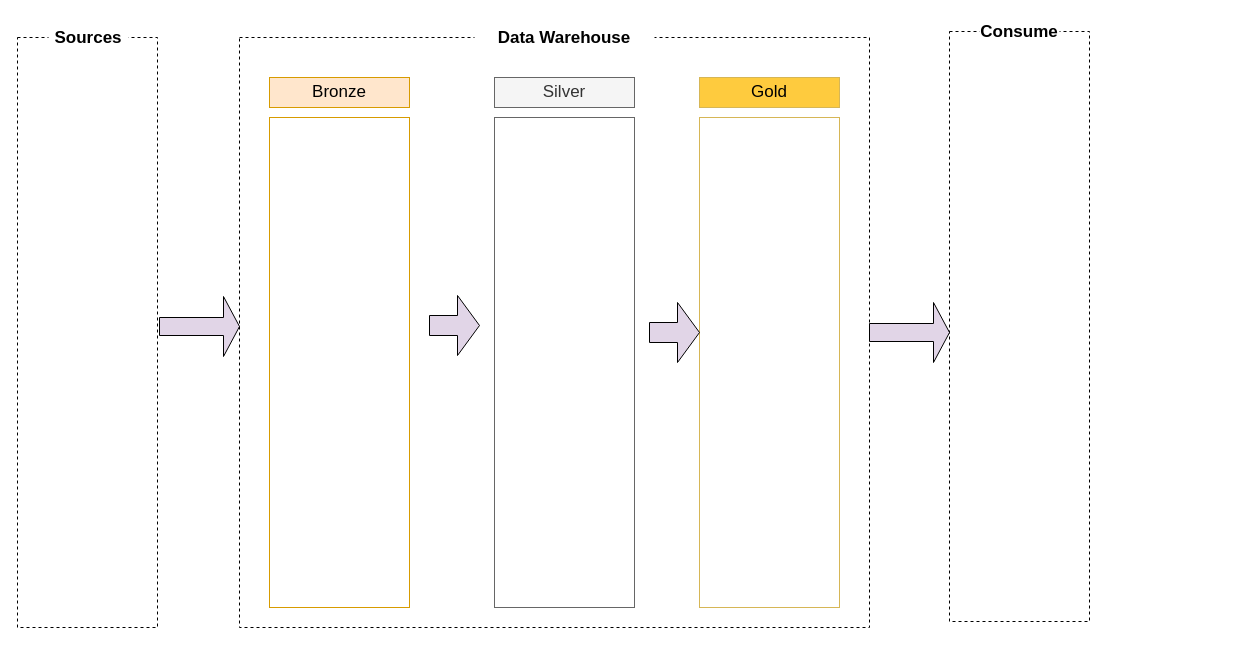
This is Diagram/Untitled Diagram.drawio from seyedmojtabahosseini/Data_Folder, a draw.io file, before an edit. Source tidied: cells renumbered, new cells numbered last; positions are measured from the earlier drawing's top-left corner, leaving out a move shared by most shapes. Both pictures are drawn from the tidied source at 100%, with x=0, y=0 at pixel (17, 17).
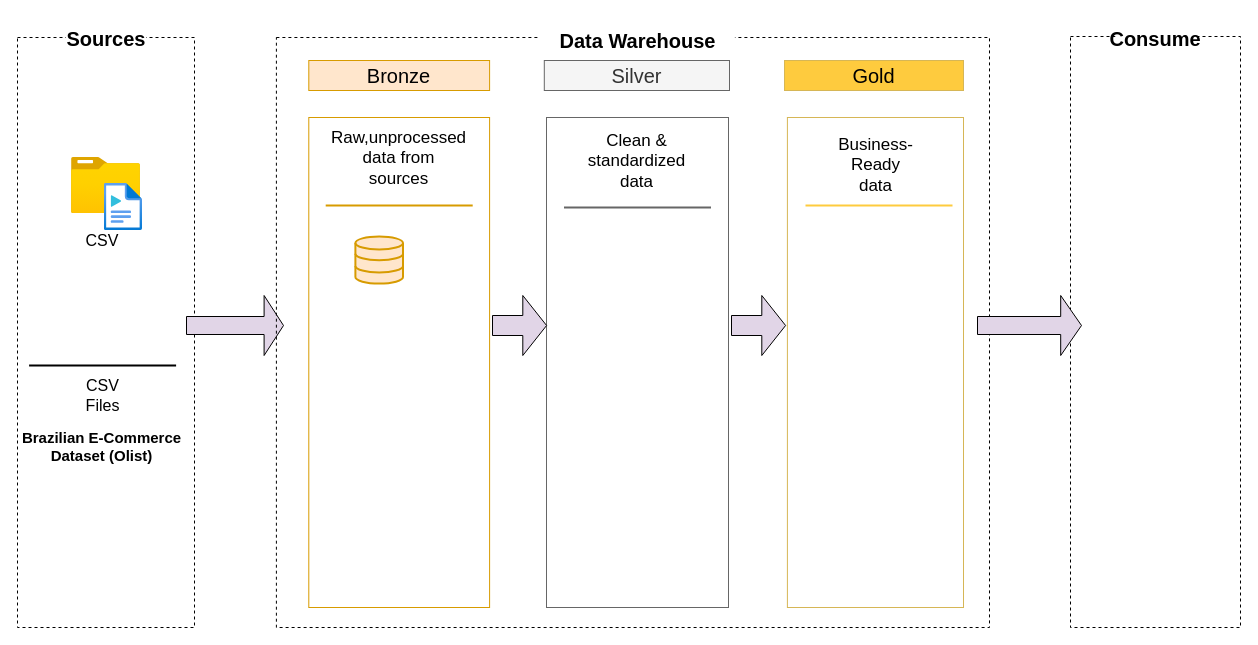
The same page after the edit.

Change to the diagram source:
```diff
@@
     <mxCell id="2" style="rounded=0;whiteSpace=wrap;html=1;dashed=1;fillColor=none;" parent="1" vertex="1">
-      <mxGeometry y="20" width="140" height="590" as="geometry" />
+      <mxGeometry y="20" width="177" height="590" as="geometry" />
     </mxCell>
-    <mxCell id="3" value="Sources" style="rounded=0;whiteSpace=wrap;html=1;fillColor=default;strokeColor=none;fontSize=17;fontStyle=1;" parent="1" vertex="1">
-      <mxGeometry x="31" y="6" width="80" height="30" as="geometry" />
+    <mxCell id="3" value="Sources" style="rounded=0;whiteSpace=wrap;html=1;fillColor=default;strokeColor=none;fontSize=20;fontStyle=1;" parent="1" vertex="1">
+      <mxGeometry x="48.5" y="6" width="80" height="30" as="geometry" />
     </mxCell>
     <mxCell id="4" style="rounded=0;whiteSpace=wrap;html=1;dashed=1;fillColor=none;" parent="1" vertex="1">
-      <mxGeometry x="932" y="14" width="140" height="590" as="geometry" />
+      <mxGeometry x="1053" y="19" width="170" height="591" as="geometry" />
     </mxCell>
-    <mxCell id="5" value="Consume" style="rounded=0;whiteSpace=wrap;html=1;fillColor=default;strokeColor=none;fontSize=17;fontStyle=1;" parent="1" vertex="1">
-      <mxGeometry x="962" width="80" height="30" as="geometry" />
+    <mxCell id="5" value="Consume" style="rounded=0;whiteSpace=wrap;html=1;fillColor=default;strokeColor=none;fontSize=20;fontStyle=1;" parent="1" vertex="1">
+      <mxGeometry x="1098" y="6" width="80" height="30" as="geometry" />
     </mxCell>
     <mxCell id="6" style="shape=singleArrow;whiteSpace=wrap;html=1;fillColor=#e1d5e7;strokeColor=default;" parent="1" vertex="1">
-      <mxGeometry x="142" y="279" width="80" height="60" as="geometry" />
+      <mxGeometry x="169" y="278" width="97" height="60" as="geometry" />
     </mxCell>
     <mxCell id="7" style="group;" parent="1" vertex="1">
-      <mxGeometry x="272" y="6" width="580" height="604" as="geometry" />
+      <mxGeometry x="313" y="6" width="659" height="604" as="geometry" />
     </mxCell>
     <mxCell id="8" style="rounded=0;whiteSpace=wrap;html=1;dashed=1;fillColor=none;" parent="7" vertex="1">
-      <mxGeometry x="-50" y="14" width="630" height="590" as="geometry" />
+      <mxGeometry x="-54.1" y="14" width="713.1" height="590" as="geometry" />
     </mxCell>
-    <mxCell id="9" value="Data Warehouse" style="rounded=0;whiteSpace=wrap;html=1;fillColor=default;strokeColor=none;fontSize=17;fontStyle=1;" parent="7" vertex="1">
-      <mxGeometry x="185" width="180" height="30" as="geometry" />
+    <mxCell id="9" value="Data Warehouse" style="rounded=0;whiteSpace=wrap;html=1;fillColor=default;strokeColor=none;fontSize=20;fontStyle=1;" parent="7" vertex="1">
+      <mxGeometry x="209.5" y="2" width="194.9" height="30" as="geometry" />
     </mxCell>
     <mxCell id="10" style="rounded=0;whiteSpace=wrap;html=1;fillColor=none;strokeColor=#d79b00;" parent="7" vertex="1">
-      <mxGeometry x="-20" y="94" width="140" height="490" as="geometry" />
+      <mxGeometry x="-21.7" y="94" width="180.8" height="490" as="geometry" />
     </mxCell>
-    <mxCell id="11" value="Bronze" style="rounded=0;whiteSpace=wrap;html=1;fillColor=#ffe6cc;strokeColor=#d79b00;fontSize=17;" parent="7" vertex="1">
-      <mxGeometry x="-20" y="54" width="140" height="30" as="geometry" />
+    <mxCell id="11" value="Bronze" style="rounded=0;whiteSpace=wrap;html=1;fillColor=#ffe6cc;strokeColor=#d79b00;fontSize=20;" parent="7" vertex="1">
+      <mxGeometry x="-21.7" y="37" width="180.8" height="30" as="geometry" />
     </mxCell>
     <mxCell id="12" style="rounded=0;whiteSpace=wrap;html=1;fillColor=none;strokeColor=#666666;fontColor=#333333;" parent="7" vertex="1">
-      <mxGeometry x="205" y="94" width="140" height="490" as="geometry" />
+      <mxGeometry x="216" y="94" width="182" height="490" as="geometry" />
     </mxCell>
-    <mxCell id="13" value="Silver" style="rounded=0;whiteSpace=wrap;html=1;fillColor=#f5f5f5;strokeColor=#666666;fontSize=17;fontColor=#333333;" parent="7" vertex="1">
-      <mxGeometry x="205" y="54" width="140" height="30" as="geometry" />
+    <mxCell id="13" value="Silver" style="rounded=0;whiteSpace=wrap;html=1;fillColor=#f5f5f5;strokeColor=#666666;fontSize=20;fontColor=#333333;" parent="7" vertex="1">
+      <mxGeometry x="213.8" y="37" width="185.2" height="30" as="geometry" />
     </mxCell>
     <mxCell id="14" style="rounded=0;whiteSpace=wrap;html=1;fillColor=none;strokeColor=#d6b656;" parent="7" vertex="1">
-      <mxGeometry x="410" y="94" width="140" height="490" as="geometry" />
+      <mxGeometry x="456.9" y="94" width="176.1" height="490" as="geometry" />
     </mxCell>
-    <mxCell id="15" value="Gold" style="rounded=0;whiteSpace=wrap;html=1;fillColor=light-dark(#fecb3e, #281d00);strokeColor=#d6b656;fontSize=17;" parent="7" vertex="1">
-      <mxGeometry x="410" y="54" width="140" height="30" as="geometry" />
+    <mxCell id="15" value="Gold" style="rounded=0;whiteSpace=wrap;html=1;fillColor=light-dark(#fecb3e, #281d00);strokeColor=#d6b656;fontSize=20;" parent="7" vertex="1">
+      <mxGeometry x="454" y="37" width="179" height="30" as="geometry" />
     </mxCell>
     <mxCell id="16" style="shape=singleArrow;whiteSpace=wrap;html=1;fillColor=#e1d5e7;strokeColor=default;arrowWidth=0.3333333333333333;arrowSize=0.44;" parent="7" vertex="1">
-      <mxGeometry x="140" y="272" width="50" height="60" as="geometry" />
+      <mxGeometry x="162" y="272" width="54.1" height="60" as="geometry" />
     </mxCell>
     <mxCell id="17" style="shape=singleArrow;whiteSpace=wrap;html=1;fillColor=#e1d5e7;strokeColor=default;arrowWidth=0.3333333333333333;arrowSize=0.44;" parent="7" vertex="1">
-      <mxGeometry x="360" y="279" width="50" height="60" as="geometry" />
+      <mxGeometry x="401" y="272" width="54.1" height="60" as="geometry" />
     </mxCell>
+    <mxCell id="19" style="html=1;verticalLabelPosition=bottom;align=center;labelBackgroundColor=#ffffff;verticalAlign=top;strokeWidth=2;strokeColor=#d79b00;shadow=0;dashed=0;shape=mxgraph.ios7.icons.data;fillColor=#ffe6cc;" parent="7" vertex="1">
+      <mxGeometry x="24.9" y="213" width="47.6" height="47.1" as="geometry" />
+    </mxCell>
+    <mxCell id="20" value="Raw,unprocessed data from sources" style="text;html=1;whiteSpace=wrap;strokeColor=none;fillColor=none;align=center;verticalAlign=middle;rounded=0;fontSize=17;" parent="7" vertex="1">
+      <mxGeometry x="36.3" y="120" width="65" height="30" as="geometry" />
+    </mxCell>
+    <mxCell id="21" value="Clean &amp;amp; standardized data" style="text;html=1;whiteSpace=wrap;strokeColor=none;fillColor=none;align=center;verticalAlign=middle;rounded=0;fontSize=17;" parent="7" vertex="1">
+      <mxGeometry x="273.9" y="123" width="65" height="30" as="geometry" />
+    </mxCell>
+    <mxCell id="22" value="Business-Ready data" style="text;html=1;whiteSpace=wrap;strokeColor=none;fillColor=none;align=center;verticalAlign=middle;rounded=0;fontSize=17;" parent="7" vertex="1">
+      <mxGeometry x="512.5" y="127" width="65" height="30" as="geometry" />
+    </mxCell>
+    <mxCell id="23" style="line;strokeWidth=2;html=1;fillColor=#ffe6cc;strokeColor=#d79b00;" parent="7" vertex="1">
+      <mxGeometry x="-4.8" y="177" width="147" height="10" as="geometry" />
+    </mxCell>
+    <mxCell id="24" style="line;strokeWidth=2;html=1;fillColor=#f5f5f5;fontColor=#333333;strokeColor=#666666;" parent="7" vertex="1">
+      <mxGeometry x="233.5" y="179" width="147" height="10" as="geometry" />
+    </mxCell>
+    <mxCell id="25" style="line;strokeWidth=2;html=1;strokeColor=light-dark(#fecb3e, #ededed);" parent="7" vertex="1">
+      <mxGeometry x="475" y="177" width="147" height="10" as="geometry" />
+    </mxCell>
     <mxCell id="18" style="shape=singleArrow;whiteSpace=wrap;html=1;fillColor=#e1d5e7;strokeColor=default;" parent="1" vertex="1">
-      <mxGeometry x="852" y="285" width="80" height="60" as="geometry" />
+      <mxGeometry x="960" y="278" width="104" height="60" as="geometry" />
     </mxCell>
+    <mxCell id="26" style="image;html=1;align=center;fontSize=12;image=img/lib/azure2/general/Folder_Blank.svg;" parent="1" vertex="1">
+      <mxGeometry x="54" y="140" width="69" height="56" as="geometry" />
+    </mxCell>
+    <mxCell id="27" style="image;html=1;align=center;fontSize=12;image=img/lib/azure2/general/Media_File.svg;" parent="1" vertex="1">
+      <mxGeometry x="86.8" y="166" width="38.2" height="47" as="geometry" />
+    </mxCell>
+    <mxCell id="28" value="CSV" style="text;html=1;whiteSpace=wrap;strokeColor=none;fillColor=none;align=center;verticalAlign=middle;rounded=0;fontSize=16;" parent="1" vertex="1">
+      <mxGeometry x="55.1" y="208" width="60" height="30" as="geometry" />
+    </mxCell>
+    <mxCell id="29" style="line;strokeWidth=2;html=1;" parent="1" vertex="1">
+      <mxGeometry x="11.6" y="343" width="147" height="10" as="geometry" />
+    </mxCell>
+    <mxCell id="30" value="CSV Files" style="text;html=1;whiteSpace=wrap;strokeColor=none;fillColor=none;align=center;verticalAlign=middle;rounded=0;fontSize=16;" parent="1" vertex="1">
+      <mxGeometry x="48.5" y="363" width="72.5" height="30" as="geometry" />
+    </mxCell>
+    <mxCell id="31" value="&lt;strong style=&quot;text-align: start;&quot;&gt;Brazilian E-Commerce Dataset (Olist)&lt;/strong&gt;" style="text;html=1;whiteSpace=wrap;strokeColor=none;fillColor=none;align=center;verticalAlign=middle;rounded=0;fontSize=15;" parent="1" vertex="1">
+      <mxGeometry x="2.2" y="414" width="165" height="30" as="geometry" />
+    </mxCell>
+    <mxCell id="32" style="edgeStyle=orthogonalEdgeStyle;shape=filledEdge;rounded=0;orthogonalLoop=1;jettySize=auto;html=1;exitX=0.5;exitY=1;exitDx=0;exitDy=0;" parent="1" edge="1" source="5" target="5">
+      <mxGeometry relative="1" as="geometry" />
+    </mxCell>
```
